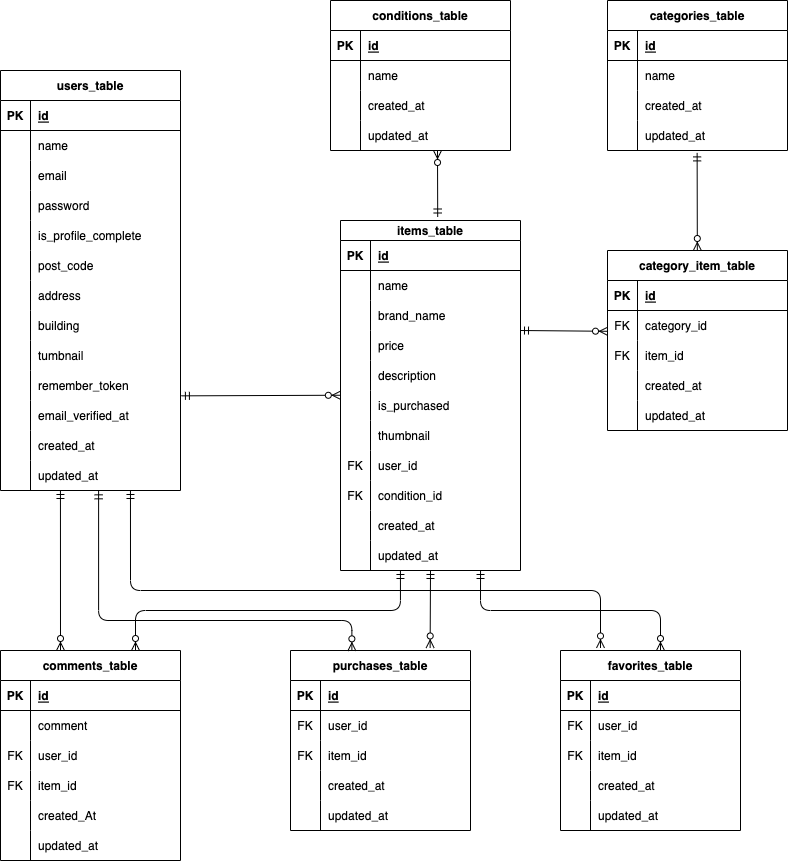
Above: src/ERD.drawio.png in hamakei0089/flea_market_app (draw.io), before the change. Source tidied: cells renumbered, new cells last; positions are measured from the earlier drawing's top-left corner, leaving out a move shared by most shapes.
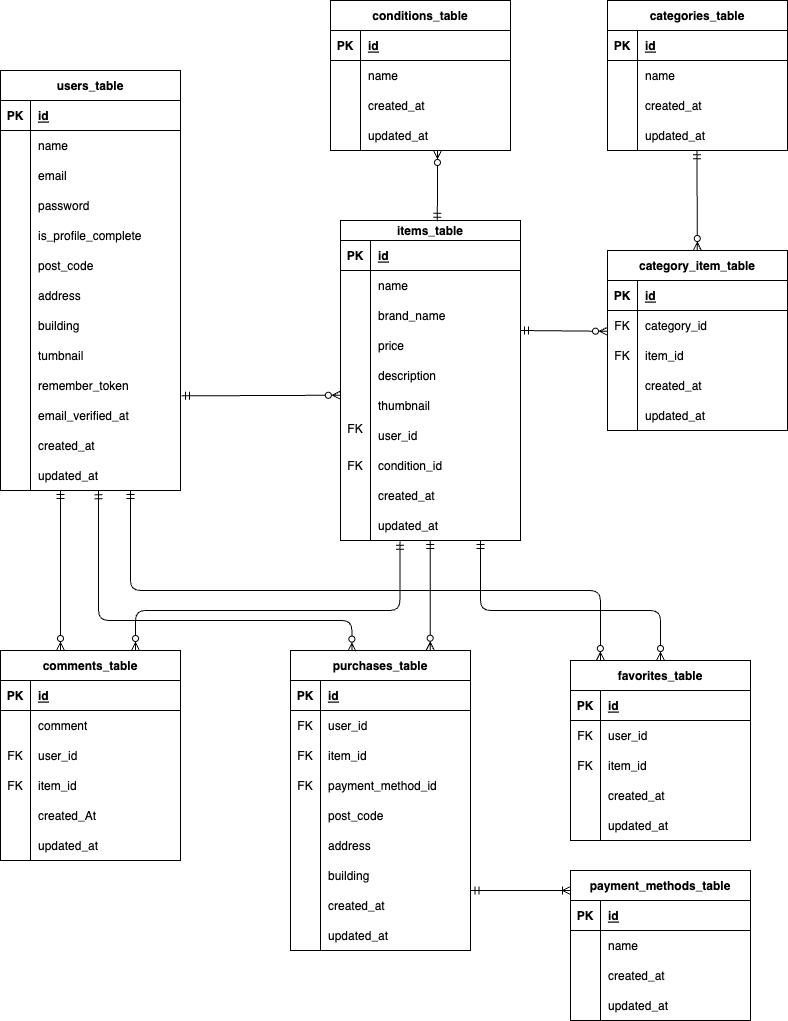
After the commit.

What changed in the source:
```diff
@@ -1,2 +1,2 @@
-<mxGraphModel>
+<mxGraphModel background="#ffffff">
   <root>
@@ -125,3 +125,3 @@
     <mxCell id="42" value="items_table" style="shape=table;startSize=20;rowLines=0;fontStyle=1;align=center;" parent="1" vertex="1">
-      <mxGeometry x="340" y="220" width="180" height="350" as="geometry" />
+      <mxGeometry x="340" y="220" width="180" height="320" as="geometry" />
     </mxCell>
@@ -178,3 +178,3 @@
     </mxCell>
-    <mxCell id="60" value="is_purchased" style="shape=partialRectangle;fillColor=none;top=0;left=0;bottom=0;right=0;align=left;spacingLeft=6;overflow=hidden;" parent="58" vertex="1">
+    <mxCell id="60" value="thumbnail" style="shape=partialRectangle;fillColor=none;top=0;left=0;bottom=0;right=0;align=left;spacingLeft=6;overflow=hidden;" parent="58" vertex="1">
       <mxGeometry x="30" width="150" height="30" as="geometry" />
@@ -184,6 +184,6 @@
     </mxCell>
-    <mxCell id="62" style="shape=partialRectangle;fillColor=none;top=0;left=0;bottom=0;right=0;overflow=hidden;" parent="61" vertex="1">
+    <mxCell id="62" value="FK&#10;" style="shape=partialRectangle;fillColor=none;top=0;left=0;bottom=0;right=0;overflow=hidden;" parent="61" vertex="1">
       <mxGeometry width="30" height="30" as="geometry" />
     </mxCell>
-    <mxCell id="63" value="thumbnail" style="shape=partialRectangle;fillColor=none;top=0;left=0;bottom=0;right=0;align=left;spacingLeft=6;overflow=hidden;" parent="61" vertex="1">
+    <mxCell id="63" value="user_id" style="shape=partialRectangle;fillColor=none;top=0;left=0;bottom=0;right=0;align=left;spacingLeft=6;overflow=hidden;" parent="61" vertex="1">
       <mxGeometry x="30" width="150" height="30" as="geometry" />
@@ -196,3 +196,3 @@
     </mxCell>
-    <mxCell id="66" value="user_id" style="shape=partialRectangle;fillColor=none;top=0;left=0;bottom=0;right=0;align=left;spacingLeft=6;overflow=hidden;" parent="64" vertex="1">
+    <mxCell id="66" value="condition_id" style="shape=partialRectangle;fillColor=none;top=0;left=0;bottom=0;right=0;align=left;spacingLeft=6;overflow=hidden;" parent="64" vertex="1">
       <mxGeometry x="30" width="150" height="30" as="geometry" />
@@ -202,6 +202,6 @@
     </mxCell>
-    <mxCell id="68" value="FK" style="shape=partialRectangle;fillColor=none;top=0;left=0;bottom=0;right=0;overflow=hidden;" parent="67" vertex="1">
+    <mxCell id="68" style="shape=partialRectangle;fillColor=none;top=0;left=0;bottom=0;right=0;overflow=hidden;" parent="67" vertex="1">
       <mxGeometry width="30" height="30" as="geometry" />
     </mxCell>
-    <mxCell id="69" value="condition_id" style="shape=partialRectangle;fillColor=none;top=0;left=0;bottom=0;right=0;align=left;spacingLeft=6;overflow=hidden;" parent="67" vertex="1">
+    <mxCell id="69" value="created_at" style="shape=partialRectangle;fillColor=none;top=0;left=0;bottom=0;right=0;align=left;spacingLeft=6;overflow=hidden;" parent="67" vertex="1">
       <mxGeometry x="30" width="150" height="30" as="geometry" />
@@ -214,14 +214,5 @@
     </mxCell>
-    <mxCell id="72" value="created_at" style="shape=partialRectangle;fillColor=none;top=0;left=0;bottom=0;right=0;align=left;spacingLeft=6;overflow=hidden;" parent="70" vertex="1">
+    <mxCell id="72" value="updated_at" style="shape=partialRectangle;fillColor=none;top=0;left=0;bottom=0;right=0;align=left;spacingLeft=6;overflow=hidden;" parent="70" vertex="1">
       <mxGeometry x="30" width="150" height="30" as="geometry" />
     </mxCell>
-    <mxCell id="73" style="shape=tableRow;horizontal=0;startSize=0;swimlaneHead=0;swimlaneBody=0;fillColor=none;points=[[0,0.5],[1,0.5]];portConstraint=eastwest;top=0;left=0;right=0;bottom=0;" parent="42" vertex="1">
-      <mxGeometry y="320" width="180" height="30" as="geometry" />
-    </mxCell>
-    <mxCell id="74" style="shape=partialRectangle;fillColor=none;top=0;left=0;bottom=0;right=0;overflow=hidden;" parent="73" vertex="1">
-      <mxGeometry width="30" height="30" as="geometry" />
-    </mxCell>
-    <mxCell id="75" value="updated_at" style="shape=partialRectangle;fillColor=none;top=0;left=0;bottom=0;right=0;align=left;spacingLeft=6;overflow=hidden;" parent="73" vertex="1">
-      <mxGeometry x="30" width="150" height="30" as="geometry" />
-    </mxCell>
     <mxCell id="76" value="categories_table" style="shape=table;startSize=30;rowLines=0;fontStyle=1;align=center;" parent="1" vertex="1">
@@ -409,4 +400,4 @@
     </mxCell>
-    <mxCell id="137" value="favorites_table" style="shape=table;startSize=30;rowLines=0;fontStyle=1;align=center;" parent="1" vertex="1">
-      <mxGeometry x="560" y="650" width="180" height="180" as="geometry" />
+    <mxCell id="137" value="payment_methods_table" style="shape=table;startSize=30;rowLines=0;fontStyle=1;align=center;" parent="1" vertex="1">
+      <mxGeometry x="570" y="870" width="180" height="150" as="geometry" />
     </mxCell>
@@ -424,6 +415,6 @@
     </mxCell>
-    <mxCell id="142" value="FK" style="shape=partialRectangle;fillColor=none;top=0;left=0;bottom=0;right=0;overflow=hidden;" parent="141" vertex="1">
+    <mxCell id="142" style="shape=partialRectangle;fillColor=none;top=0;left=0;bottom=0;right=0;overflow=hidden;" parent="141" vertex="1">
       <mxGeometry width="30" height="30" as="geometry" />
     </mxCell>
-    <mxCell id="143" value="user_id" style="shape=partialRectangle;fillColor=none;top=0;left=0;bottom=0;right=0;align=left;spacingLeft=6;overflow=hidden;" parent="141" vertex="1">
+    <mxCell id="143" value="name" style="shape=partialRectangle;fillColor=none;top=0;left=0;bottom=0;right=0;align=left;spacingLeft=6;overflow=hidden;" parent="141" vertex="1">
       <mxGeometry x="30" width="150" height="30" as="geometry" />
@@ -433,6 +424,6 @@
     </mxCell>
-    <mxCell id="145" value="FK" style="shape=partialRectangle;fillColor=none;top=0;left=0;bottom=0;right=0;overflow=hidden;" parent="144" vertex="1">
+    <mxCell id="145" style="shape=partialRectangle;fillColor=none;top=0;left=0;bottom=0;right=0;overflow=hidden;" parent="144" vertex="1">
       <mxGeometry width="30" height="30" as="geometry" />
     </mxCell>
-    <mxCell id="146" value="item_id" style="shape=partialRectangle;fillColor=none;top=0;left=0;bottom=0;right=0;align=left;spacingLeft=6;overflow=hidden;" parent="144" vertex="1">
+    <mxCell id="146" value="created_at" style="shape=partialRectangle;fillColor=none;top=0;left=0;bottom=0;right=0;align=left;spacingLeft=6;overflow=hidden;" parent="144" vertex="1">
       <mxGeometry x="30" width="150" height="30" as="geometry" />
@@ -445,16 +436,7 @@
     </mxCell>
-    <mxCell id="149" value="created_at" style="shape=partialRectangle;fillColor=none;top=0;left=0;bottom=0;right=0;align=left;spacingLeft=6;overflow=hidden;" parent="147" vertex="1">
+    <mxCell id="149" value="updated_at" style="shape=partialRectangle;fillColor=none;top=0;left=0;bottom=0;right=0;align=left;spacingLeft=6;overflow=hidden;" parent="147" vertex="1">
       <mxGeometry x="30" width="150" height="30" as="geometry" />
     </mxCell>
-    <mxCell id="150" style="shape=tableRow;horizontal=0;startSize=0;swimlaneHead=0;swimlaneBody=0;fillColor=none;top=0;left=0;right=0;bottom=0;" parent="137" vertex="1">
-      <mxGeometry y="150" width="180" height="30" as="geometry" />
-    </mxCell>
-    <mxCell id="151" style="shape=partialRectangle;fillColor=none;top=0;left=0;bottom=0;right=0;overflow=hidden;" parent="150" vertex="1">
-      <mxGeometry width="30" height="30" as="geometry" />
-    </mxCell>
-    <mxCell id="152" value="updated_at" style="shape=partialRectangle;fillColor=none;top=0;left=0;bottom=0;right=0;align=left;spacingLeft=6;overflow=hidden;" parent="150" vertex="1">
-      <mxGeometry x="30" width="150" height="30" as="geometry" />
-    </mxCell>
     <mxCell id="153" value="purchases_table" style="shape=table;startSize=30;rowLines=0;fontStyle=1;align=center;" parent="1" vertex="1">
-      <mxGeometry x="290" y="650" width="180" height="180" as="geometry" />
+      <mxGeometry x="290" y="650" width="180" height="300" as="geometry" />
     </mxCell>
@@ -490,6 +472,6 @@
     </mxCell>
-    <mxCell id="164" style="shape=partialRectangle;fillColor=none;top=0;left=0;bottom=0;right=0;overflow=hidden;" parent="163" vertex="1">
+    <mxCell id="164" value="FK" style="shape=partialRectangle;fillColor=none;top=0;left=0;bottom=0;right=0;overflow=hidden;" parent="163" vertex="1">
       <mxGeometry width="30" height="30" as="geometry" />
     </mxCell>
-    <mxCell id="165" value="created_at" style="shape=partialRectangle;fillColor=none;top=0;left=0;bottom=0;right=0;align=left;spacingLeft=6;overflow=hidden;" parent="163" vertex="1">
+    <mxCell id="165" value="payment_method_id" style="shape=partialRectangle;fillColor=none;top=0;left=0;bottom=0;right=0;align=left;spacingLeft=6;overflow=hidden;" parent="163" vertex="1">
       <mxGeometry x="30" width="150" height="30" as="geometry" />
@@ -502,6 +484,42 @@
     </mxCell>
-    <mxCell id="168" value="updated_at" style="shape=partialRectangle;fillColor=none;top=0;left=0;bottom=0;right=0;align=left;spacingLeft=6;overflow=hidden;" parent="166" vertex="1">
+    <mxCell id="168" value="post_code" style="shape=partialRectangle;fillColor=none;top=0;left=0;bottom=0;right=0;align=left;spacingLeft=6;overflow=hidden;" parent="166" vertex="1">
       <mxGeometry x="30" width="150" height="30" as="geometry" />
     </mxCell>
+    <mxCell id="179" style="shape=tableRow;horizontal=0;startSize=0;swimlaneHead=0;swimlaneBody=0;fillColor=none;top=0;left=0;right=0;bottom=0;" parent="153" vertex="1">
+      <mxGeometry y="180" width="180" height="30" as="geometry" />
+    </mxCell>
+    <mxCell id="180" style="shape=partialRectangle;fillColor=none;top=0;left=0;bottom=0;right=0;overflow=hidden;" parent="179" vertex="1">
+      <mxGeometry width="30" height="30" as="geometry" />
+    </mxCell>
+    <mxCell id="181" value="address" style="shape=partialRectangle;fillColor=none;top=0;left=0;bottom=0;right=0;align=left;spacingLeft=6;overflow=hidden;" parent="179" vertex="1">
+      <mxGeometry x="30" width="150" height="30" as="geometry" />
+    </mxCell>
+    <mxCell id="182" style="shape=tableRow;horizontal=0;startSize=0;swimlaneHead=0;swimlaneBody=0;fillColor=none;top=0;left=0;right=0;bottom=0;" parent="153" vertex="1">
+      <mxGeometry y="210" width="180" height="30" as="geometry" />
+    </mxCell>
+    <mxCell id="183" style="shape=partialRectangle;fillColor=none;top=0;left=0;bottom=0;right=0;overflow=hidden;" parent="182" vertex="1">
+      <mxGeometry width="30" height="30" as="geometry" />
+    </mxCell>
+    <mxCell id="184" value="building" style="shape=partialRectangle;fillColor=none;top=0;left=0;bottom=0;right=0;align=left;spacingLeft=6;overflow=hidden;" parent="182" vertex="1">
+      <mxGeometry x="30" width="150" height="30" as="geometry" />
+    </mxCell>
+    <mxCell id="185" style="shape=tableRow;horizontal=0;startSize=0;swimlaneHead=0;swimlaneBody=0;fillColor=none;points=[[0,0.5],[1,0.5]];portConstraint=eastwest;top=0;left=0;right=0;bottom=0;" parent="153" vertex="1">
+      <mxGeometry y="240" width="180" height="30" as="geometry" />
+    </mxCell>
+    <mxCell id="186" style="shape=partialRectangle;fillColor=none;top=0;left=0;bottom=0;right=0;overflow=hidden;" parent="185" vertex="1">
+      <mxGeometry width="30" height="30" as="geometry" />
+    </mxCell>
+    <mxCell id="187" value="created_at" style="shape=partialRectangle;fillColor=none;top=0;left=0;bottom=0;right=0;align=left;spacingLeft=6;overflow=hidden;" parent="185" vertex="1">
+      <mxGeometry x="30" width="150" height="30" as="geometry" />
+    </mxCell>
+    <mxCell id="188" style="shape=tableRow;horizontal=0;startSize=0;swimlaneHead=0;swimlaneBody=0;fillColor=none;top=0;left=0;right=0;bottom=0;" parent="153" vertex="1">
+      <mxGeometry y="270" width="180" height="30" as="geometry" />
+    </mxCell>
+    <mxCell id="189" style="shape=partialRectangle;fillColor=none;top=0;left=0;bottom=0;right=0;overflow=hidden;" parent="188" vertex="1">
+      <mxGeometry width="30" height="30" as="geometry" />
+    </mxCell>
+    <mxCell id="190" value="updated_at" style="shape=partialRectangle;fillColor=none;top=0;left=0;bottom=0;right=0;align=left;spacingLeft=6;overflow=hidden;" parent="188" vertex="1">
+      <mxGeometry x="30" width="150" height="30" as="geometry" />
+    </mxCell>
-    <mxCell id="169" style="fontSize=12;html=1;endArrow=ERzeroToMany;startArrow=ERmandOne;exitX=0.54;exitY=-0.01;exitDx=0;exitDy=0;exitPerimeter=0;" parent="1" edge="1" source="42">
+    <mxCell id="169" style="fontSize=12;html=1;endArrow=ERzeroToMany;startArrow=ERmandOne;exitX=0.538;exitY=0.002;exitDx=0;exitDy=0;exitPerimeter=0;" parent="1" edge="1" source="42">
       <mxGeometry relative="1" as="geometry">
@@ -510,5 +528,4 @@
     </mxCell>
-    <mxCell id="170" style="fontSize=12;html=1;endArrow=ERzeroToMany;startArrow=ERmandOne;exitX=0.54;exitY=-0.01;exitDx=0;exitDy=0;exitPerimeter=0;" parent="1" edge="1">
+    <mxCell id="170" style="fontSize=12;html=1;endArrow=ERzeroToMany;startArrow=ERmandOne;exitX=0.497;exitY=1.008;exitDx=0;exitDy=0;exitPerimeter=0;" parent="1" edge="1" source="86">
       <mxGeometry relative="1" as="geometry">
-        <mxPoint x="696.6" y="152.4" as="sourcePoint" />
         <mxPoint x="696.8" y="250" as="targetPoint" />
@@ -534,8 +551,6 @@
     </mxCell>
-    <mxCell id="174" style="fontSize=12;html=1;endArrow=ERzeroToMany;startArrow=ERmandOne;elbow=vertical;entryX=0.133;entryY=0;entryDx=0;entryDy=0;entryPerimeter=0;exitX=0.5;exitY=1;exitDx=0;exitDy=0;exitPerimeter=0;" parent="1" edge="1" source="73">
-      <mxGeometry relative="1" as="geometry">
-        <mxPoint x="429.6" y="647.5" as="targetPoint" />
-      </mxGeometry>
+    <mxCell id="174" style="fontSize=12;html=1;endArrow=ERzeroToMany;startArrow=ERmandOne;elbow=vertical;entryX=0.776;entryY=-0.001;entryDx=0;entryDy=0;entryPerimeter=0;exitX=0.498;exitY=1;exitDx=0;exitDy=0;exitPerimeter=0;" parent="1" edge="1" source="70" target="153">
+      <mxGeometry relative="1" as="geometry" />
     </mxCell>
-    <mxCell id="175" style="fontSize=12;html=1;endArrow=ERzeroToMany;startArrow=ERmandOne;edgeStyle=elbowEdgeStyle;elbow=vertical;exitX=0.333;exitY=1;exitDx=0;exitDy=0;exitPerimeter=0;entryX=0.75;entryY=0;entryDx=0;entryDy=0;" parent="1" edge="1" source="73" target="118">
+    <mxCell id="175" style="fontSize=12;html=1;endArrow=ERzeroToMany;startArrow=ERmandOne;edgeStyle=elbowEdgeStyle;elbow=vertical;entryX=0.75;entryY=0;entryDx=0;entryDy=0;exitX=0.33;exitY=1.029;exitDx=0;exitDy=0;exitPerimeter=0;" parent="1" edge="1" source="70" target="118">
       <mxGeometry relative="1" as="geometry">
@@ -549,5 +564,4 @@
     </mxCell>
-    <mxCell id="176" style="fontSize=12;html=1;endArrow=ERzeroToMany;startArrow=ERmandOne;elbow=vertical;entryX=0.133;entryY=0;entryDx=0;entryDy=0;entryPerimeter=0;edgeStyle=orthogonalEdgeStyle;exitX=0.722;exitY=1;exitDx=0;exitDy=0;exitPerimeter=0;" parent="1" edge="1" source="39">
+    <mxCell id="176" style="fontSize=12;html=1;endArrow=ERzeroToMany;startArrow=ERmandOne;elbow=vertical;entryX=0.166;entryY=0;entryDx=0;entryDy=0;entryPerimeter=0;edgeStyle=orthogonalEdgeStyle;exitX=0.722;exitY=1;exitDx=0;exitDy=0;exitPerimeter=0;" parent="1" edge="1" source="39" target="191">
       <mxGeometry relative="1" as="geometry">
-        <mxPoint x="600" y="647.5" as="targetPoint" />
         <Array as="points">
@@ -558,5 +572,4 @@
     </mxCell>
-    <mxCell id="177" style="fontSize=12;html=1;endArrow=ERzeroToMany;startArrow=ERmandOne;elbow=vertical;edgeStyle=orthogonalEdgeStyle;exitX=0.778;exitY=1;exitDx=0;exitDy=0;exitPerimeter=0;" parent="1" edge="1" source="73">
+    <mxCell id="177" style="fontSize=12;html=1;endArrow=ERzeroToMany;startArrow=ERmandOne;elbow=vertical;edgeStyle=orthogonalEdgeStyle;exitX=0.778;exitY=1;exitDx=0;exitDy=0;exitPerimeter=0;entryX=0.5;entryY=0;entryDx=0;entryDy=0;" parent="1" edge="1" source="70" target="191">
       <mxGeometry relative="1" as="geometry">
-        <mxPoint x="660" y="650" as="targetPoint" />
         <Array as="points">
@@ -570,2 +583,55 @@
     </mxCell>
+    <mxCell id="191" value="favorites_table" style="shape=table;startSize=30;rowLines=0;fontStyle=1;align=center;" parent="1" vertex="1">
+      <mxGeometry x="570" y="660" width="180" height="180" as="geometry" />
+    </mxCell>
+    <mxCell id="192" style="shape=tableRow;horizontal=0;startSize=0;swimlaneHead=0;swimlaneBody=0;fillColor=none;top=0;left=0;right=0;bottom=1;" parent="191" vertex="1">
+      <mxGeometry y="30" width="180" height="30" as="geometry" />
+    </mxCell>
+    <mxCell id="193" value="PK" style="shape=partialRectangle;fillColor=none;top=0;left=0;bottom=0;right=0;fontStyle=1;overflow=hidden;" parent="192" vertex="1">
+      <mxGeometry width="30" height="30" as="geometry" />
+    </mxCell>
+    <mxCell id="194" value="id" style="shape=partialRectangle;fillColor=none;top=0;left=0;bottom=0;right=0;align=left;spacingLeft=6;fontStyle=5;overflow=hidden;" parent="192" vertex="1">
+      <mxGeometry x="30" width="150" height="30" as="geometry" />
+    </mxCell>
+    <mxCell id="195" style="shape=tableRow;horizontal=0;startSize=0;swimlaneHead=0;swimlaneBody=0;fillColor=none;top=0;left=0;right=0;bottom=0;" parent="191" vertex="1">
+      <mxGeometry y="60" width="180" height="30" as="geometry" />
+    </mxCell>
+    <mxCell id="196" value="FK" style="shape=partialRectangle;fillColor=none;top=0;left=0;bottom=0;right=0;overflow=hidden;" parent="195" vertex="1">
+      <mxGeometry width="30" height="30" as="geometry" />
+    </mxCell>
+    <mxCell id="197" value="user_id" style="shape=partialRectangle;fillColor=none;top=0;left=0;bottom=0;right=0;align=left;spacingLeft=6;overflow=hidden;" parent="195" vertex="1">
+      <mxGeometry x="30" width="150" height="30" as="geometry" />
+    </mxCell>
+    <mxCell id="198" style="shape=tableRow;horizontal=0;startSize=0;swimlaneHead=0;swimlaneBody=0;fillColor=none;top=0;left=0;right=0;bottom=0;" parent="191" vertex="1">
+      <mxGeometry y="90" width="180" height="30" as="geometry" />
+    </mxCell>
+    <mxCell id="199" value="FK" style="shape=partialRectangle;fillColor=none;top=0;left=0;bottom=0;right=0;overflow=hidden;" parent="198" vertex="1">
+      <mxGeometry width="30" height="30" as="geometry" />
+    </mxCell>
+    <mxCell id="200" value="item_id" style="shape=partialRectangle;fillColor=none;top=0;left=0;bottom=0;right=0;align=left;spacingLeft=6;overflow=hidden;" parent="198" vertex="1">
+      <mxGeometry x="30" width="150" height="30" as="geometry" />
+    </mxCell>
+    <mxCell id="201" style="shape=tableRow;horizontal=0;startSize=0;swimlaneHead=0;swimlaneBody=0;fillColor=none;top=0;left=0;right=0;bottom=0;" parent="191" vertex="1">
+      <mxGeometry y="120" width="180" height="30" as="geometry" />
+    </mxCell>
+    <mxCell id="202" style="shape=partialRectangle;fillColor=none;top=0;left=0;bottom=0;right=0;overflow=hidden;" parent="201" vertex="1">
+      <mxGeometry width="30" height="30" as="geometry" />
+    </mxCell>
+    <mxCell id="203" value="created_at" style="shape=partialRectangle;fillColor=none;top=0;left=0;bottom=0;right=0;align=left;spacingLeft=6;overflow=hidden;" parent="201" vertex="1">
+      <mxGeometry x="30" width="150" height="30" as="geometry" />
+    </mxCell>
+    <mxCell id="150" style="shape=tableRow;horizontal=0;startSize=0;swimlaneHead=0;swimlaneBody=0;fillColor=none;top=0;left=0;right=0;bottom=0;" parent="191" vertex="1">
+      <mxGeometry y="150" width="180" height="30" as="geometry" />
+    </mxCell>
+    <mxCell id="204" style="shape=partialRectangle;fillColor=none;top=0;left=0;bottom=0;right=0;overflow=hidden;" parent="150" vertex="1">
+      <mxGeometry width="30" height="30" as="geometry" />
+    </mxCell>
+    <mxCell id="205" value="updated_at" style="shape=partialRectangle;fillColor=none;top=0;left=0;bottom=0;right=0;align=left;spacingLeft=6;overflow=hidden;" parent="150" vertex="1">
+      <mxGeometry x="30" width="150" height="30" as="geometry" />
+    </mxCell>
+    <mxCell id="206" style="edgeStyle=entityRelationEdgeStyle;fontSize=12;html=1;endArrow=ERoneToMany;startArrow=ERmandOne;exitX=1.003;exitY=0.004;exitDx=0;exitDy=0;exitPerimeter=0;" parent="1" edge="1" source="185">
+      <mxGeometry relative="1" as="geometry">
+        <mxPoint x="570" y="890" as="targetPoint" />
+      </mxGeometry>
+    </mxCell>
   </root>
```
